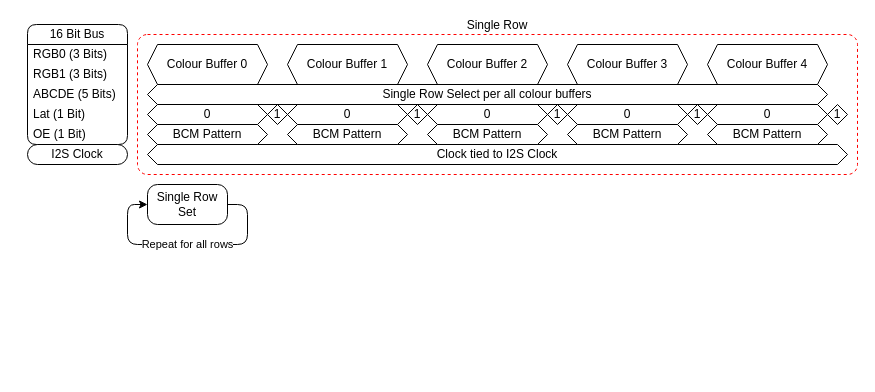
XCR1793/ARCOS keeps this draw.io diagram as page "HUB75" (3 of 4) of Documentation/Graphics Pipeline.drawio. Above is the earlier version. Source tidied: cells renumbered, new cells numbered last; positions are measured from the earlier drawing's top-left corner, leaving out a move shared by most shapes. Both pictures are drawn from the tidied source at 100%, with x=0, y=0 at pixel (27, 24).
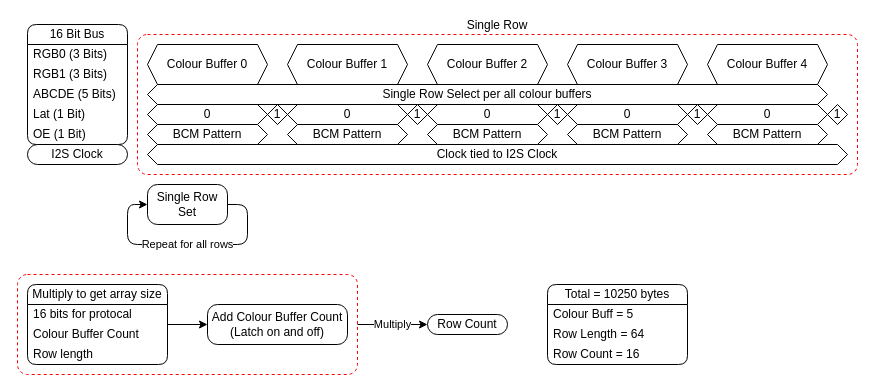
The same diagram, later.

Commit message:
Added Raw pipeline

Diff of the diagram source:
```diff
@@
-    <mxCell id="13" value="1" style="shape=hexagon;perimeter=hexagonPerimeter2;whiteSpace=wrap;html=1;fixedSize=1;size=10;" parent="1" vertex="1">
-      <mxGeometry x="380" y="80" width="20" height="20" as="geometry" />
-    </mxCell>
@@
-    <mxCell id="23" value="1" style="shape=hexagon;perimeter=hexagonPerimeter2;whiteSpace=wrap;html=1;fixedSize=1;size=10;" parent="1" vertex="1">
-      <mxGeometry x="520" y="80" width="20" height="20" as="geometry" />
-    </mxCell>
-    <mxCell id="24" value="1" style="shape=hexagon;perimeter=hexagonPerimeter2;whiteSpace=wrap;html=1;fixedSize=1;size=10;" parent="1" vertex="1">
-      <mxGeometry x="660" y="80" width="20" height="20" as="geometry" />
-    </mxCell>
@@
+    <mxCell id="34" value="Multiply to get array size" style="swimlane;fontStyle=0;horizontal=1;startSize=20;whiteSpace=wrap;html=1;rounded=1;" parent="1" vertex="1">
+      <mxGeometry y="260" width="140" height="80" as="geometry" />
+    </mxCell>
+    <mxCell id="35" value="16 bits for protocal" style="text;strokeColor=none;fillColor=none;align=left;verticalAlign=middle;spacingLeft=4;spacingRight=4;overflow=hidden;whiteSpace=wrap;html=1;" parent="34" vertex="1">
+      <mxGeometry y="20" width="140" height="20" as="geometry" />
+    </mxCell>
+    <mxCell id="36" value="Colour Buffer Count" style="text;strokeColor=none;fillColor=none;align=left;verticalAlign=middle;spacingLeft=4;spacingRight=4;overflow=hidden;whiteSpace=wrap;html=1;" parent="34" vertex="1">
+      <mxGeometry y="40" width="140" height="20" as="geometry" />
+    </mxCell>
+    <mxCell id="37" value="Row length" style="text;strokeColor=none;fillColor=none;align=left;verticalAlign=middle;spacingLeft=4;spacingRight=4;overflow=hidden;whiteSpace=wrap;html=1;" parent="34" vertex="1">
+      <mxGeometry y="60" width="140" height="20" as="geometry" />
+    </mxCell>
+    <mxCell id="38" value="Add Colour Buffer Count (Latch on and off)" style="rounded=1;whiteSpace=wrap;html=1;absoluteArcSize=1;points=[[0,0.5,0,0,0],[1,0.5,0,0,0]];" parent="1" vertex="1">
+      <mxGeometry x="180" y="280" width="140" height="40" as="geometry" />
+    </mxCell>
+    <mxCell id="13" value="1" style="shape=hexagon;perimeter=hexagonPerimeter2;whiteSpace=wrap;html=1;fixedSize=1;size=10;" parent="1" vertex="1">
+      <mxGeometry x="380" y="80" width="20" height="20" as="geometry" />
+    </mxCell>
+    <mxCell id="23" value="1" style="shape=hexagon;perimeter=hexagonPerimeter2;whiteSpace=wrap;html=1;fixedSize=1;size=10;" parent="1" vertex="1">
+      <mxGeometry x="520" y="80" width="20" height="20" as="geometry" />
+    </mxCell>
+    <mxCell id="24" value="1" style="shape=hexagon;perimeter=hexagonPerimeter2;whiteSpace=wrap;html=1;fixedSize=1;size=10;" parent="1" vertex="1">
+      <mxGeometry x="660" y="80" width="20" height="20" as="geometry" />
+    </mxCell>
@@
+    <mxCell id="39" style="edgeStyle=orthogonalEdgeStyle;rounded=0;jettySize=auto;html=1;entryX=0;entryY=0.5;entryDx=0;entryDy=0;entryPerimeter=0;exitX=1;exitY=0.5;exitDx=0;exitDy=0;" parent="1" edge="1" source="34" target="38">
+      <mxGeometry relative="1" as="geometry" />
+    </mxCell>
+    <mxCell id="40" style="rounded=1;whiteSpace=wrap;html=1;absoluteArcSize=1;fillColor=none;dashed=1;strokeColor=#FF0000;" parent="1" vertex="1">
+      <mxGeometry x="-10" y="250" width="340" height="100" as="geometry" />
+    </mxCell>
+    <mxCell id="41" value="Row Count" style="rounded=1;whiteSpace=wrap;html=1;absoluteArcSize=1;points=[[0,0.5,0,0,0],[1,0.5,0,0,0]];" parent="1" vertex="1">
+      <mxGeometry x="400" y="290" width="80" height="20" as="geometry" />
+    </mxCell>
+    <mxCell id="42" value="Multiply" style="edgeStyle=orthogonalEdgeStyle;rounded=0;jettySize=auto;html=1;exitX=1;exitY=0.5;exitDx=0;exitDy=0;entryX=0;entryY=0.5;entryDx=0;entryDy=0;entryPerimeter=0;" parent="1" edge="1" source="40" target="41">
+      <mxGeometry relative="1" as="geometry" />
+    </mxCell>
+    <mxCell id="43" value="Total = 10250 bytes" style="swimlane;fontStyle=0;horizontal=1;startSize=20;whiteSpace=wrap;html=1;rounded=1;" parent="1" vertex="1">
+      <mxGeometry x="520" y="260" width="140" height="80" as="geometry" />
+    </mxCell>
+    <mxCell id="44" value="Colour Buff = 5" style="text;strokeColor=none;fillColor=none;align=left;verticalAlign=middle;spacingLeft=4;spacingRight=4;overflow=hidden;whiteSpace=wrap;html=1;" parent="43" vertex="1">
+      <mxGeometry y="20" width="140" height="20" as="geometry" />
+    </mxCell>
+    <mxCell id="45" value="Row Length = 64" style="text;strokeColor=none;fillColor=none;align=left;verticalAlign=middle;spacingLeft=4;spacingRight=4;overflow=hidden;whiteSpace=wrap;html=1;" parent="43" vertex="1">
+      <mxGeometry y="40" width="140" height="20" as="geometry" />
+    </mxCell>
+    <mxCell id="46" value="Row Count = 16" style="text;strokeColor=none;fillColor=none;align=left;verticalAlign=middle;spacingLeft=4;spacingRight=4;overflow=hidden;whiteSpace=wrap;html=1;" parent="43" vertex="1">
+      <mxGeometry y="60" width="140" height="20" as="geometry" />
+    </mxCell>
```
